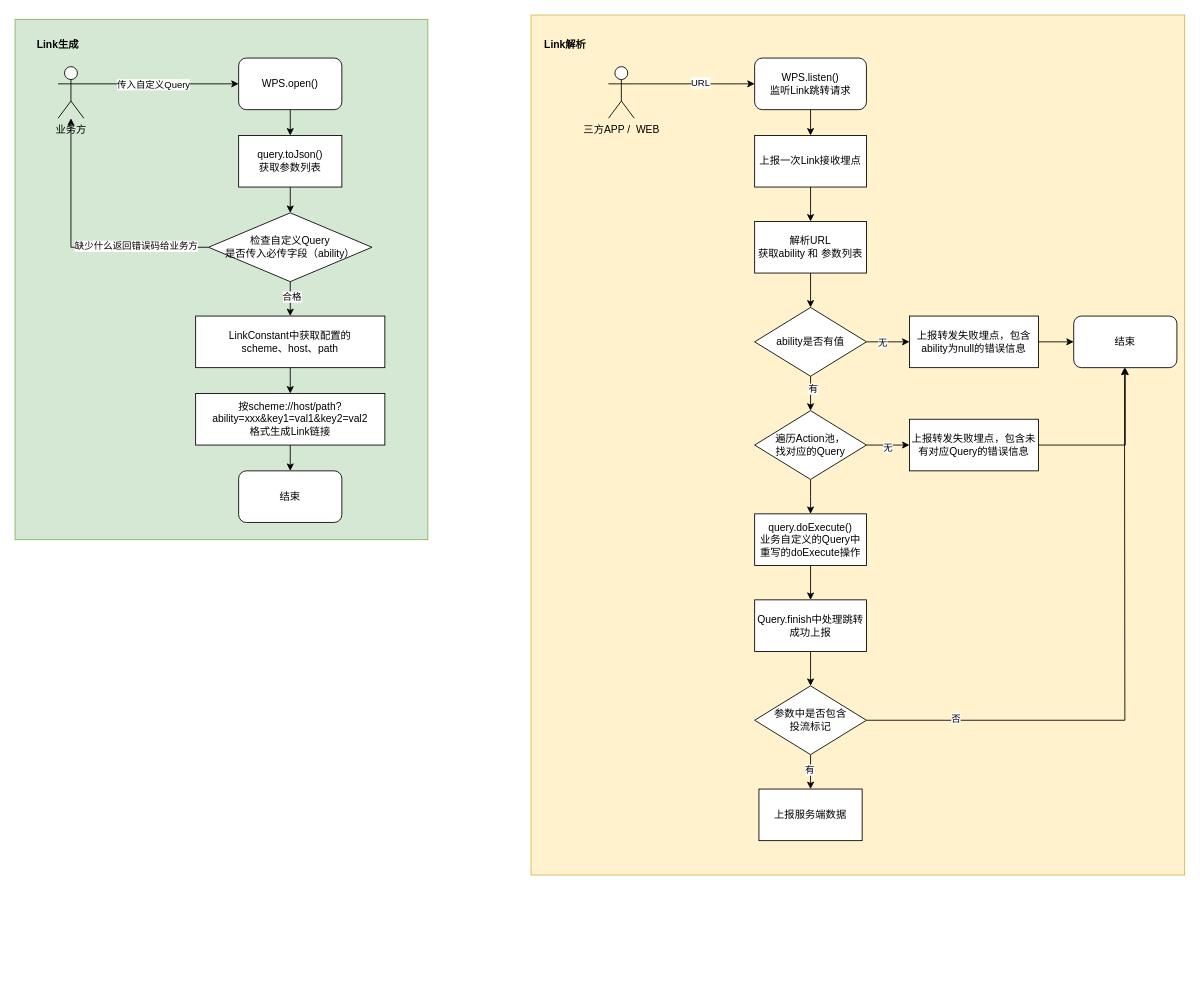
Before: Link统一技术框架.drawio in welthy/WXInspireLibrary, a draw.io diagram. Source tidied: cells renumbered, new cells numbered last; positions are measured from the earlier drawing's top-left corner, leaving out a move shared by most shapes. Both pictures are drawn from the tidied source at 86%, with x=0, y=0 at pixel (15, 15).
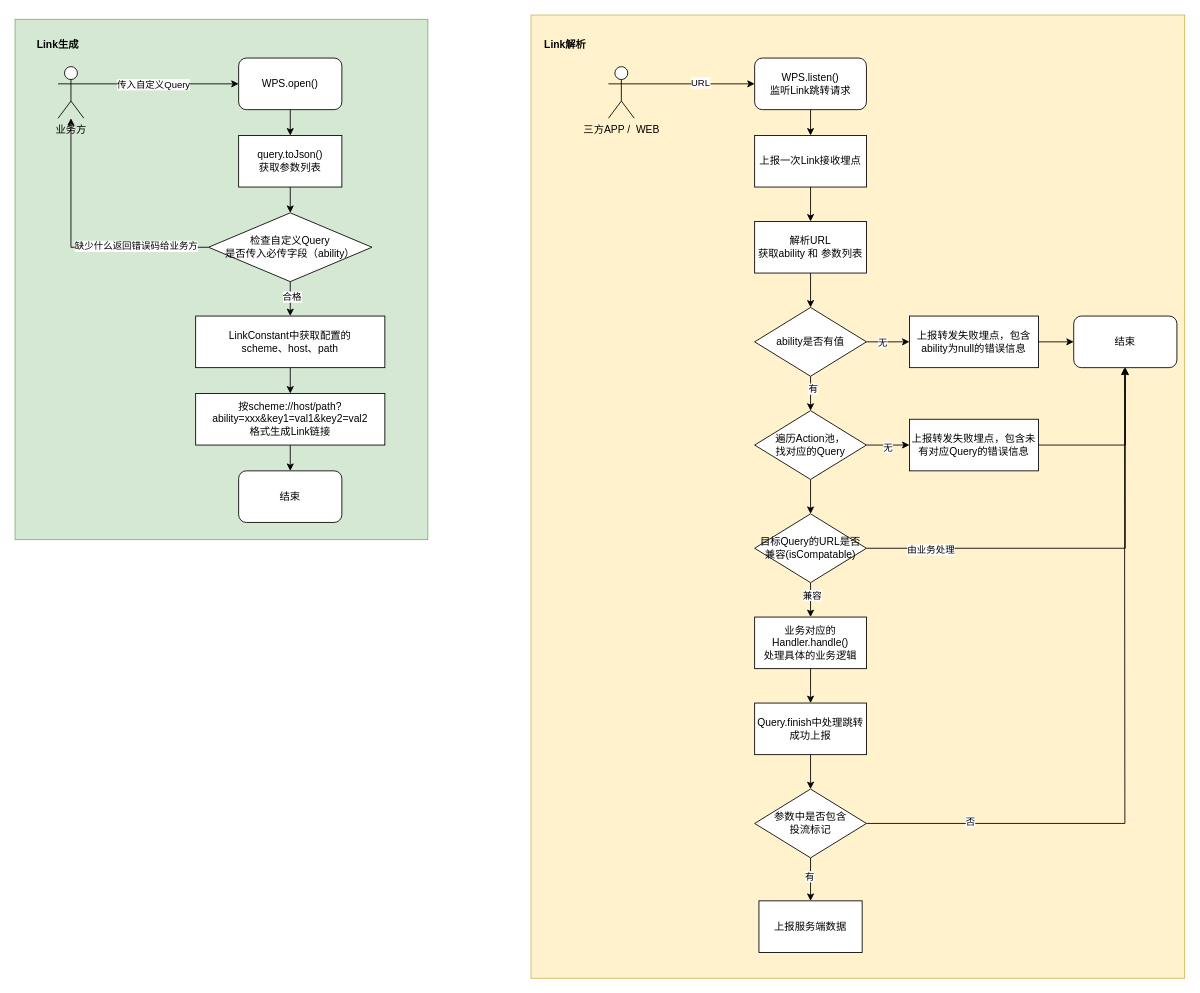
After the change.

Commit message (it also covers changes not shown here):
更新Link统一技术框架.drawio

Unchanged cells that the change refers to:
```xml
<mxCell id="39" value="结束" style="rounded=1;whiteSpace=wrap;html=1;" parent="1" vertex="1">
  <mxGeometry x="1231" y="350" width="120" height="60" as="geometry" />
</mxCell>
<mxCell id="43" value="遍历Action池，&lt;div&gt;找对应的Query&lt;/div&gt;" style="rhombus;whiteSpace=wrap;html=1;" parent="1" vertex="1">
  <mxGeometry x="860" y="460" width="130" height="80" as="geometry" />
</mxCell>
```

The edit, as a diff of the source:
```diff
@@
     <mxCell id="2" style="rounded=0;whiteSpace=wrap;html=1;fillColor=#fff2cc;strokeColor=#d6b656;" parent="1" vertex="1">
-      <mxGeometry x="600" width="760" height="1000" as="geometry" />
+      <mxGeometry x="600" width="760" height="1120" as="geometry" />
     </mxCell>
@@
-    <mxCell id="42" style="edgeStyle=orthogonalEdgeStyle;rounded=0;jettySize=auto;html=1;exitX=0.5;exitY=1;exitDx=0;exitDy=0;entryX=0.5;entryY=0;entryDx=0;entryDy=0;" parent="1" edge="1" source="43">
-      <mxGeometry relative="1" as="geometry">
-        <mxPoint x="925" y="580" as="targetPoint" />
-      </mxGeometry>
-    </mxCell>
+    <mxCell id="56" style="edgeStyle=orthogonalEdgeStyle;rounded=0;jettySize=auto;html=1;exitX=0.5;exitY=1;exitDx=0;exitDy=0;entryX=0.5;entryY=0;entryDx=0;entryDy=0;" parent="1" edge="1" source="43" target="61">
+      <mxGeometry relative="1" as="geometry" />
+    </mxCell>
@@
-    <mxCell id="47" value="query.doExecute()&lt;div&gt;业务自定义的Query中重写的doExecute操作&lt;/div&gt;" style="rounded=0;whiteSpace=wrap;html=1;" parent="1" vertex="1">
-      <mxGeometry x="860" y="580" width="130" height="60" as="geometry" />
+    <mxCell id="47" value="业务对应的Handler.handle()&lt;div&gt;处理具体的业务逻辑&lt;/div&gt;" style="rounded=0;whiteSpace=wrap;html=1;" parent="1" vertex="1">
+      <mxGeometry x="860" y="700" width="130" height="60" as="geometry" />
     </mxCell>
@@
     <mxCell id="49" value="Query.finish中处理跳转成功上报" style="rounded=0;whiteSpace=wrap;html=1;" parent="1" vertex="1">
-      <mxGeometry x="860" y="680" width="130" height="60" as="geometry" />
+      <mxGeometry x="860" y="800" width="130" height="60" as="geometry" />
     </mxCell>
@@
     <mxCell id="54" value="参数中是否包含&lt;div&gt;投流标记&lt;/div&gt;" style="rhombus;whiteSpace=wrap;html=1;" parent="1" vertex="1">
-      <mxGeometry x="860" y="780" width="130" height="80" as="geometry" />
+      <mxGeometry x="860" y="900" width="130" height="80" as="geometry" />
     </mxCell>
     <mxCell id="55" value="上报服务端数据" style="rounded=0;whiteSpace=wrap;html=1;" parent="1" vertex="1">
-      <mxGeometry x="865" y="900" width="120" height="60" as="geometry" />
+      <mxGeometry x="865" y="1030" width="120" height="60" as="geometry" />
     </mxCell>
+    <mxCell id="57" style="edgeStyle=orthogonalEdgeStyle;rounded=0;jettySize=auto;html=1;exitX=0.5;exitY=1;exitDx=0;exitDy=0;entryX=0.5;entryY=0;entryDx=0;entryDy=0;" parent="1" edge="1" source="61" target="47">
+      <mxGeometry relative="1" as="geometry" />
+    </mxCell>
+    <mxCell id="58" value="兼容" style="edgeLabel;html=1;align=center;verticalAlign=middle;" parent="57" vertex="1">
+      <mxGeometry x="-0.3" y="1" relative="1" as="geometry" />
+    </mxCell>
+    <mxCell id="59" style="edgeStyle=orthogonalEdgeStyle;rounded=0;jettySize=auto;html=1;exitX=1;exitY=0.5;exitDx=0;exitDy=0;entryX=0.5;entryY=1;entryDx=0;entryDy=0;" parent="1" edge="1" source="61" target="39">
+      <mxGeometry relative="1" as="geometry" />
+    </mxCell>
+    <mxCell id="60" value="由业务处理" style="edgeLabel;html=1;align=center;verticalAlign=middle;" parent="59" vertex="1">
+      <mxGeometry x="-0.71" y="-1" relative="1" as="geometry" />
+    </mxCell>
+    <mxCell id="61" value="目标Query的URL是否兼容(isCompatable)" style="rhombus;whiteSpace=wrap;html=1;" parent="1" vertex="1">
+      <mxGeometry x="860" y="580" width="130" height="80" as="geometry" />
+    </mxCell>
```
